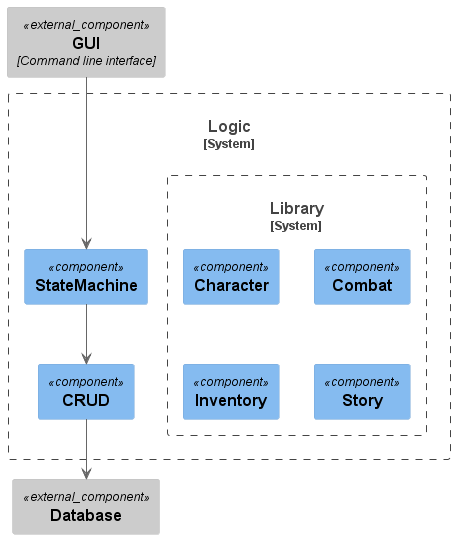
Before: 4_Design/Component_Logic.png, a diagram exported from PlantUML (Jesper-Hansenberg/TRPG). Source of this version:
```plantuml
@startuml
!include https://raw.githubusercontent.com/plantuml-stdlib/C4-PlantUML/master/C4_Component.puml

!define FONTAWESOME https://raw.githubusercontent.com/tupadr3/plantuml-icon-font-sprites/master/font-awesome-5
!include FONTAWESOME/users.puml


Component_Ext(GUI, "GUI", "Command line interface")
Component_Ext(DB, "Database")

System_Boundary(logic, "Logic"){
    Component(sm, "StateMachine")
    Component(crud, "CRUD")
    sm --> crud
    crud --> DB
    System_Boundary(library, "Library"){
        Component(character, "Character")
        Component(combat, "Combat")
        Component(inventory, "Inventory")
        Component(story, "Story")
    }
}

GUI --> sm
@enduml
```
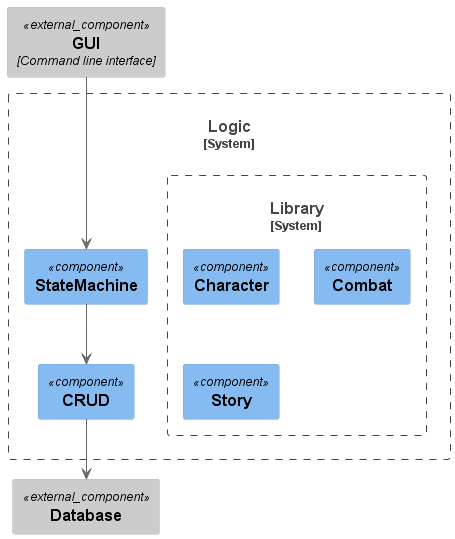
The same diagram one commit later.

Commit message:
added usecase diagram

What changed in the source:
```diff
@@ -16,7 +16,6 @@
     System_Boundary(library, "Library"){
         Component(character, "Character")
         Component(combat, "Combat")
-        Component(inventory, "Inventory")
         Component(story, "Story")
     }
 }
```
